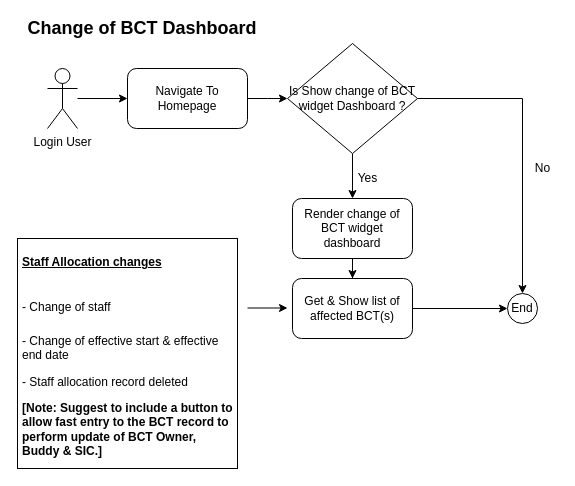
This is page "Change of BCT Dashboard" (17 of 17) of Untitled Diagram.drawio from Harbringer666/Harbringer, a draw.io file, before an edit. Source tidied: cells renumbered, new cells numbered last; positions are measured from the earlier drawing's top-left corner, leaving out a move shared by most shapes. Both pictures are drawn from the tidied source at 100%, with x=0, y=0 at pixel (17, 18).
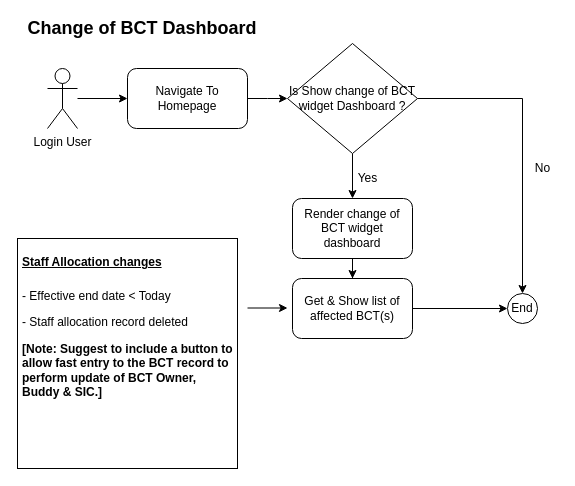
The same diagram, later.

What changed in the source:
```diff
@@
-    <mxCell id="16" value="&lt;h1&gt;&lt;span style=&quot;font-size: 12px&quot;&gt;&lt;u&gt;Staff Allocation changes&lt;/u&gt;&lt;/span&gt;&lt;/h1&gt;&lt;h1&gt;&lt;span style=&quot;font-size: 12px ; font-weight: normal&quot;&gt;- Change of staff&lt;/span&gt;&lt;br&gt;&lt;/h1&gt;&lt;p&gt;&lt;font style=&quot;font-size: 12px&quot;&gt;- Change of effective start &amp;amp; effective end date&lt;/font&gt;&lt;/p&gt;&lt;p&gt;&lt;font style=&quot;font-size: 12px&quot;&gt;- Staff allocation record deleted&lt;/font&gt;&lt;/p&gt;&lt;p&gt;&lt;font style=&quot;font-size: 12px&quot;&gt;&lt;b&gt;[Note: Suggest to include a button to allow fast entry to the BCT record to perform update of BCT Owner, Buddy &amp;amp; SIC.]&lt;/b&gt;&lt;/font&gt;&lt;/p&gt;" style="text;html=1;fillColor=none;spacing=5;spacingTop=-20;whiteSpace=wrap;overflow=hidden;rounded=0;strokeColor=#000000;" parent="1" vertex="1">
+    <mxCell id="16" value="&lt;h1&gt;&lt;span style=&quot;font-size: 12px&quot;&gt;&lt;u&gt;Staff Allocation changes&lt;/u&gt;&lt;/span&gt;&lt;/h1&gt;&lt;p&gt;&lt;font style=&quot;font-size: 12px&quot;&gt;- Effective end date &amp;lt; Today&lt;/font&gt;&lt;/p&gt;&lt;p&gt;&lt;font style=&quot;font-size: 12px&quot;&gt;- Staff allocation record deleted&lt;/font&gt;&lt;/p&gt;&lt;p&gt;&lt;font style=&quot;font-size: 12px&quot;&gt;&lt;b&gt;[Note: Suggest to include a button to allow fast entry to the BCT record to perform update of BCT Owner, Buddy &amp;amp; SIC.]&lt;/b&gt;&lt;/font&gt;&lt;/p&gt;" style="text;html=1;fillColor=none;spacing=5;spacingTop=-20;whiteSpace=wrap;overflow=hidden;rounded=0;strokeColor=#000000;" parent="1" vertex="1">
       <mxGeometry y="220" width="220" height="230" as="geometry" />
     </mxCell>
```
